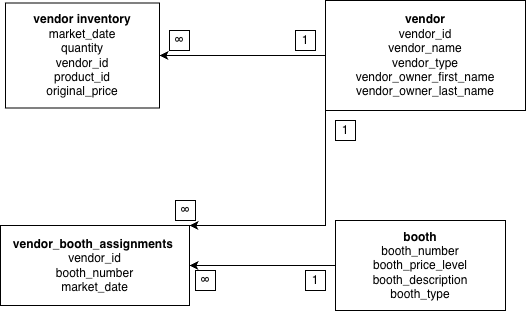
jackiewang-zhiyao/sql keeps this draw.io diagram as 02_activities/assignments/Cohort_8/Assignment 1 section 1/assignment 1 section 1.png. Above is the earlier version. Source tidied: cells renumbered, new cells last; positions are measured from the earlier drawing's top-left corner, leaving out a move shared by most shapes.
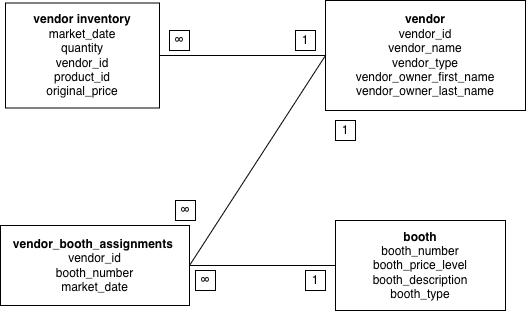
After the commit.

The edit, as a diff of the source:
```diff
@@ -2,22 +2,9 @@
   <root>
     <mxCell id="0" />
     <mxCell id="1" parent="0" />
-    <mxCell id="2" style="edgeStyle=orthogonalEdgeStyle;rounded=0;jettySize=auto;html=1;exitX=0;exitY=0.5;exitDx=0;exitDy=0;entryX=1;entryY=0.5;entryDx=0;entryDy=0;" parent="1" edge="1" source="4" target="7">
-      <mxGeometry relative="1" as="geometry" />
-    </mxCell>
-    <mxCell id="3" style="edgeStyle=orthogonalEdgeStyle;rounded=0;jettySize=auto;html=1;entryX=1;entryY=0;entryDx=0;entryDy=0;" parent="1" edge="1" source="4" target="8">
-      <mxGeometry relative="1" as="geometry">
-        <Array as="points">
-          <mxPoint x="325" y="225" />
-        </Array>
-      </mxGeometry>
-    </mxCell>
     <mxCell id="4" value="&lt;b&gt;vendor&lt;/b&gt;&lt;div&gt;vendor_id&lt;/div&gt;&lt;div&gt;vendor_name&lt;/div&gt;&lt;div&gt;vendor_type&lt;/div&gt;&lt;div&gt;vendor_owner_first_name&lt;/div&gt;&lt;div&gt;vendor_owner_last_name&lt;/div&gt;" style="rounded=0;whiteSpace=wrap;html=1;" parent="1" vertex="1">
       <mxGeometry x="325" width="200" height="110" as="geometry" />
     </mxCell>
-    <mxCell id="5" style="edgeStyle=orthogonalEdgeStyle;rounded=0;jettySize=auto;html=1;exitX=0;exitY=0.5;exitDx=0;exitDy=0;entryX=1;entryY=0.5;entryDx=0;entryDy=0;" parent="1" edge="1" source="6" target="8">
-      <mxGeometry relative="1" as="geometry" />
-    </mxCell>
     <mxCell id="6" value="&lt;b&gt;booth&lt;/b&gt;&lt;div&gt;booth_number&lt;/div&gt;&lt;div&gt;booth_price_level&lt;/div&gt;&lt;div&gt;booth_description&lt;/div&gt;&lt;div&gt;booth_type&lt;/div&gt;" style="rounded=0;whiteSpace=wrap;html=1;" parent="1" vertex="1">
       <mxGeometry x="335" y="220" width="170" height="90" as="geometry" />
     </mxCell>
@@ -45,5 +32,14 @@
     <mxCell id="14" value="∞" style="rounded=0;whiteSpace=wrap;html=1;" parent="1" vertex="1">
       <mxGeometry x="175" y="200" width="20" height="20" as="geometry" />
     </mxCell>
+    <mxCell id="15" style="endArrow=none;html=1;rounded=0;entryX=0;entryY=0.5;entryDx=0;entryDy=0;exitX=1;exitY=0.5;exitDx=0;exitDy=0;" parent="1" edge="1" source="7" target="4">
+      <mxGeometry relative="1" as="geometry" />
+    </mxCell>
+    <mxCell id="16" style="endArrow=none;html=1;rounded=0;entryX=0;entryY=0.5;entryDx=0;entryDy=0;exitX=1;exitY=0.5;exitDx=0;exitDy=0;" parent="1" edge="1" source="8" target="4">
+      <mxGeometry relative="1" as="geometry" />
+    </mxCell>
+    <mxCell id="17" style="endArrow=none;html=1;rounded=0;entryX=0;entryY=0.5;entryDx=0;entryDy=0;exitX=1;exitY=0.5;exitDx=0;exitDy=0;" parent="1" edge="1" source="8" target="6">
+      <mxGeometry relative="1" as="geometry" />
+    </mxCell>
   </root>
 </mxGraphModel>
```
